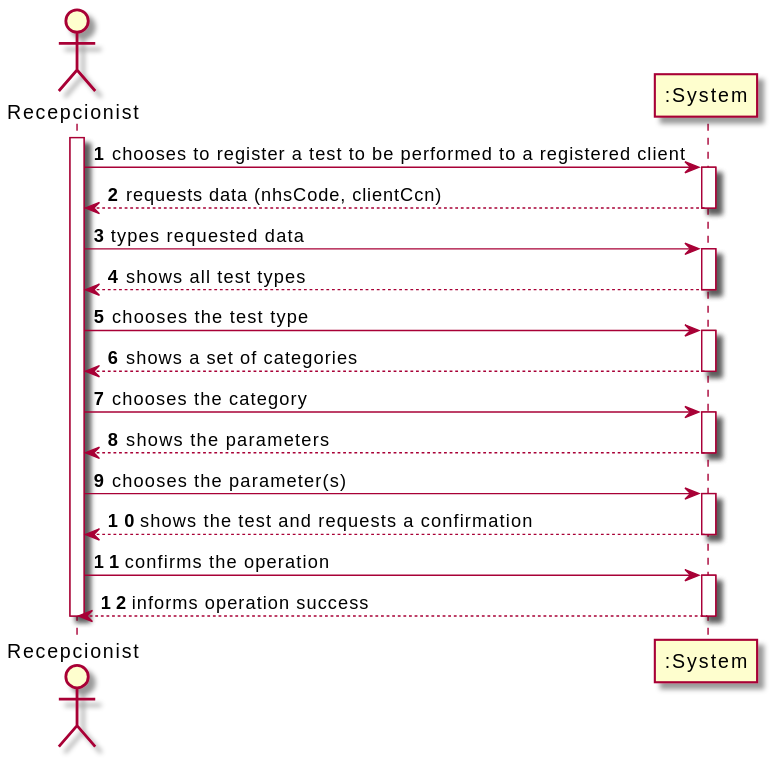
RuiRioPina/LAPR2-20-21 keeps this PlantUML diagram as docs/SprintC/US_4/US4_SSD.svg. Above is the earlier version.
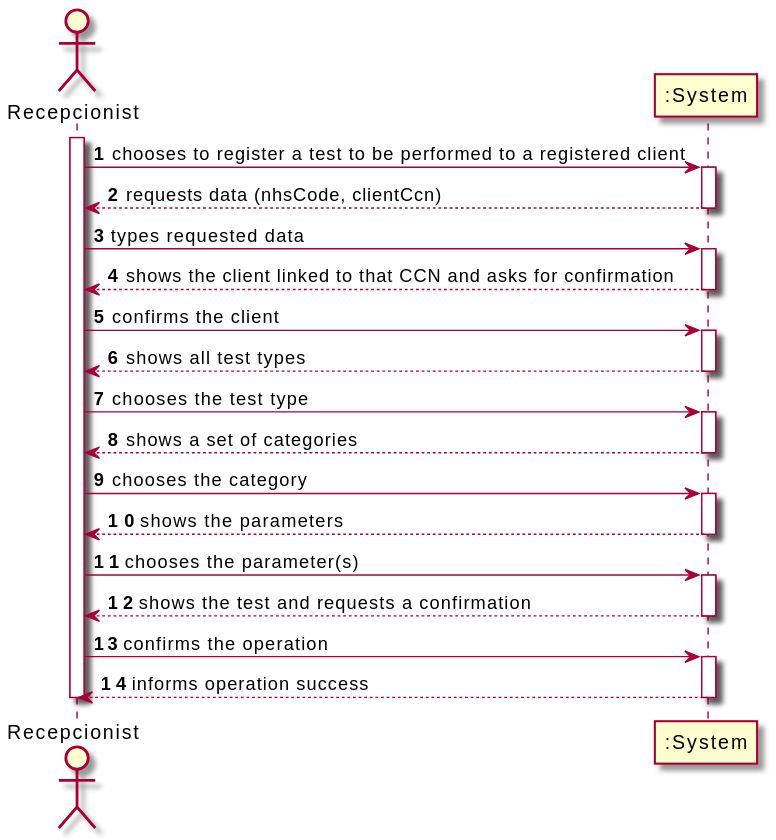
After the change.

Commit message:
Requirements Engineering and OO Analysis update. [US-4]

Diff of the diagram source:
```diff
@@ -10,6 +10,13 @@
 
 Rec -> ":System" : types requested data
 activate ":System"
+
+":System" --> Rec : shows the client linked to that CCN and asks for confirmation
+deactivate ":System"
+
+Rec -> ":System" : confirms the client
+activate ":System"
+
 ":System" --> Rec : shows all test types
 deactivate ":System"
 
```
